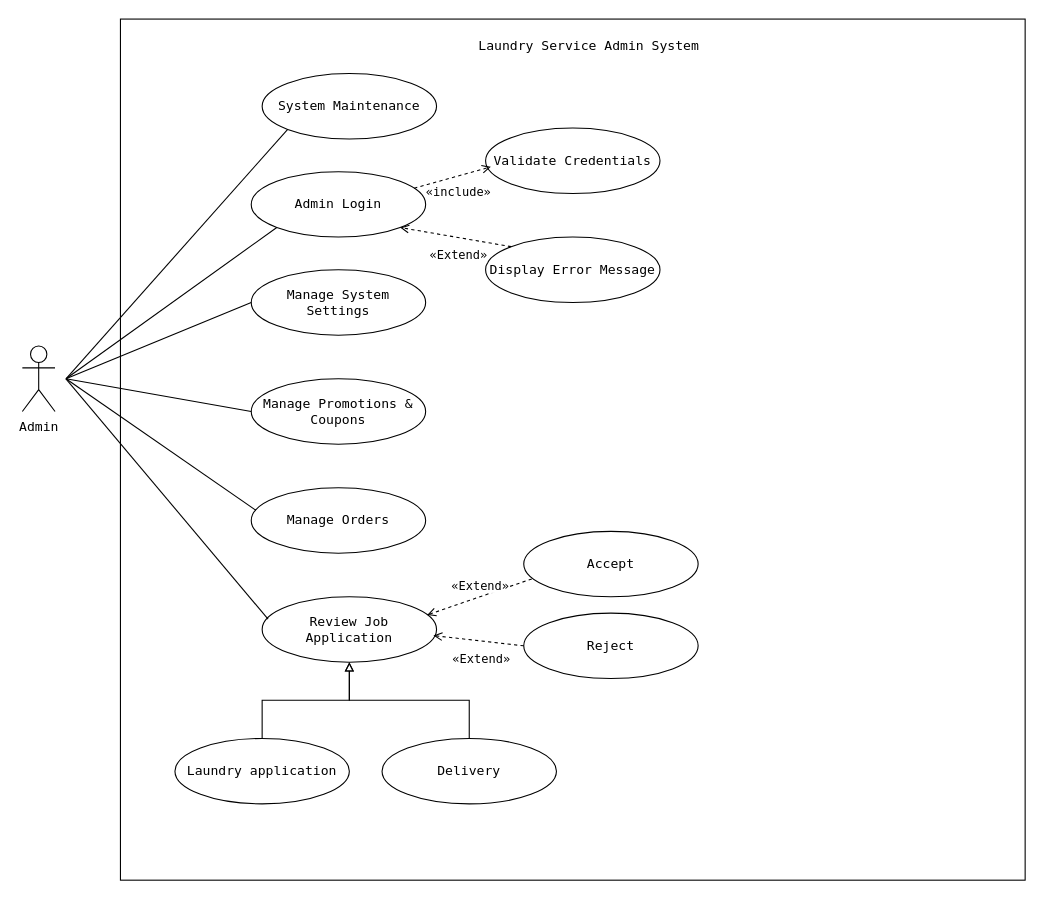
Klvvr1/BrightClean keeps this draw.io diagram as UseCases/Admin.drawio. Above is the earlier version. Source tidied: cells renumbered, new cells numbered last; positions are measured from the earlier drawing's top-left corner, leaving out a move shared by most shapes. Both pictures are drawn from the tidied source at 109%, with x=0, y=0 at pixel (22, 19).
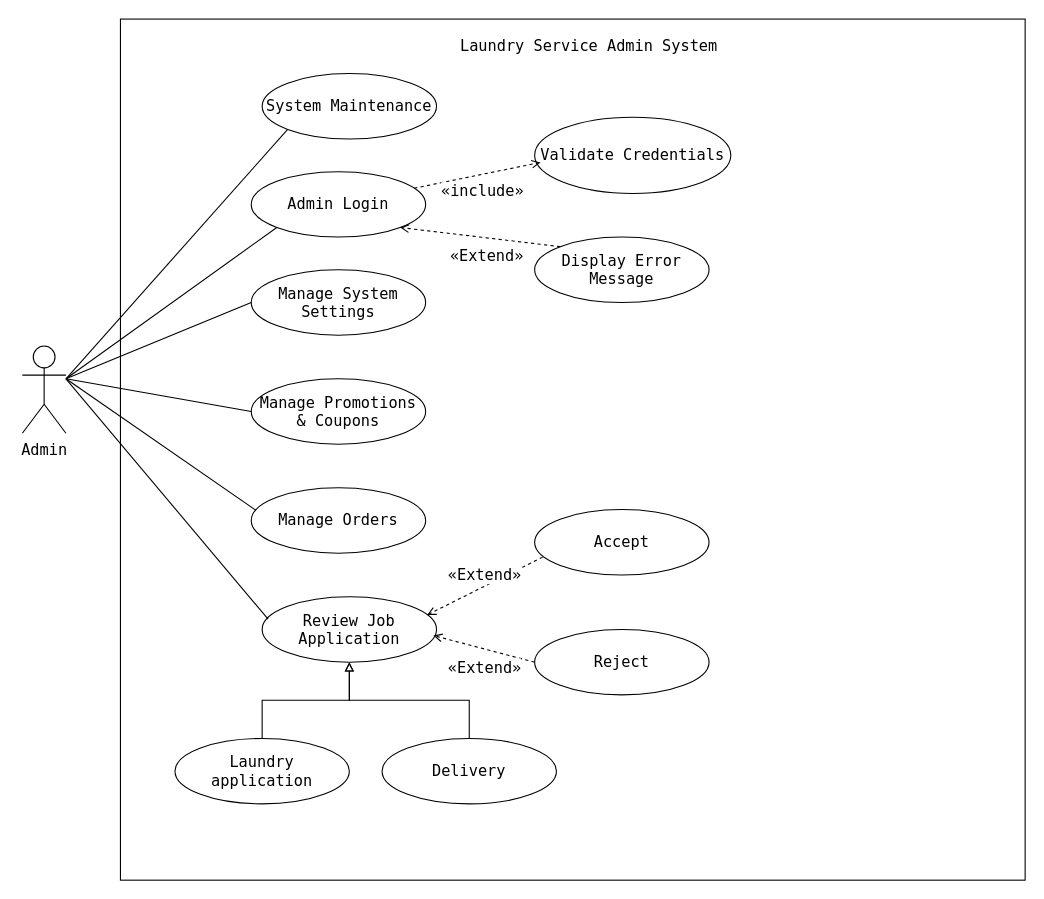
After the change.

Diff of the diagram source:
```diff
@@
-    <mxCell id="2" style="rounded=0;whiteSpace=wrap;html=1;fillColor=none;fontFamily=monospace;" parent="1" vertex="1">
+    <mxCell id="2" style="rounded=0;whiteSpace=wrap;html=1;fillColor=none;fontFamily=monospace;fontSize=14;" parent="1" vertex="1">
       <mxGeometry x="90" width="830" height="790" as="geometry" />
     </mxCell>
-    <mxCell id="3" value="Laundry Service Admin System" style="text;html=1;whiteSpace=wrap;strokeColor=none;fillColor=none;align=center;verticalAlign=middle;rounded=0;fontFamily=monospace;" parent="1" vertex="1">
+    <mxCell id="3" value="Laundry Service Admin System" style="text;html=1;whiteSpace=wrap;strokeColor=none;fillColor=none;align=center;verticalAlign=middle;rounded=0;fontFamily=monospace;fontSize=14;" parent="1" vertex="1">
       <mxGeometry x="360" y="10" width="320" height="30" as="geometry" />
     </mxCell>
-    <mxCell id="4" value="Admin" style="shape=umlActor;verticalLabelPosition=bottom;verticalAlign=top;html=1;fontFamily=monospace;" parent="1" vertex="1">
-      <mxGeometry y="300" width="30" height="60" as="geometry" />
+    <mxCell id="4" value="Admin" style="shape=umlActor;verticalLabelPosition=bottom;verticalAlign=top;html=1;fontFamily=monospace;fontSize=14;" parent="1" vertex="1">
+      <mxGeometry y="300" width="40" height="80" as="geometry" />
     </mxCell>
-    <mxCell id="5" value="Admin Login" style="ellipse;whiteSpace=wrap;html=1;fontFamily=monospace;" parent="1" vertex="1">
+    <mxCell id="5" value="Admin Login" style="ellipse;whiteSpace=wrap;html=1;fontFamily=monospace;fontSize=14;" parent="1" vertex="1">
       <mxGeometry x="210" y="140" width="160" height="60" as="geometry" />
     </mxCell>
-    <mxCell id="6" value="Laundry application" style="ellipse;whiteSpace=wrap;html=1;fontFamily=monospace;" parent="1" vertex="1">
+    <mxCell id="6" value="Laundry application" style="ellipse;whiteSpace=wrap;html=1;fontFamily=monospace;fontSize=14;" parent="1" vertex="1">
       <mxGeometry x="140" y="660" width="160" height="60" as="geometry" />
     </mxCell>
-    <mxCell id="7" value="&lt;p&gt;Manage System Settings&lt;/p&gt;" style="ellipse;whiteSpace=wrap;html=1;fontFamily=monospace;" parent="1" vertex="1">
+    <mxCell id="7" value="&lt;p&gt;Manage System Settings&lt;/p&gt;" style="ellipse;whiteSpace=wrap;html=1;fontFamily=monospace;fontSize=14;" parent="1" vertex="1">
       <mxGeometry x="210" y="230" width="160" height="60" as="geometry" />
     </mxCell>
-    <mxCell id="8" value="&lt;p&gt;Validate Credentials&lt;/p&gt;" style="ellipse;whiteSpace=wrap;html=1;fontFamily=monospace;" parent="1" vertex="1">
-      <mxGeometry x="425" y="100" width="160" height="60" as="geometry" />
+    <mxCell id="8" value="&lt;p&gt;Validate Credentials&lt;/p&gt;" style="ellipse;whiteSpace=wrap;html=1;fontFamily=monospace;fontSize=14;" parent="1" vertex="1">
+      <mxGeometry x="470" y="90" width="180" height="70" as="geometry" />
     </mxCell>
-    <mxCell id="9" value="&lt;p&gt;Manage Promotions &amp;amp; Coupons&lt;/p&gt;" style="ellipse;whiteSpace=wrap;html=1;fontFamily=monospace;" parent="1" vertex="1">
+    <mxCell id="9" value="&lt;p&gt;Manage Promotions &amp;amp; Coupons&lt;/p&gt;" style="ellipse;whiteSpace=wrap;html=1;fontFamily=monospace;fontSize=14;" parent="1" vertex="1">
       <mxGeometry x="210" y="330" width="160" height="60" as="geometry" />
     </mxCell>
-    <mxCell id="10" value="Accept" style="ellipse;whiteSpace=wrap;html=1;fontFamily=monospace;" parent="1" vertex="1">
-      <mxGeometry x="460" y="470" width="160" height="60" as="geometry" />
+    <mxCell id="10" value="Accept" style="ellipse;whiteSpace=wrap;html=1;fontFamily=monospace;fontSize=14;" parent="1" vertex="1">
+      <mxGeometry x="470" y="450" width="160" height="60" as="geometry" />
     </mxCell>
-    <mxCell id="11" value="Delivery" style="ellipse;whiteSpace=wrap;html=1;fontFamily=monospace;" parent="1" vertex="1">
+    <mxCell id="11" value="Delivery" style="ellipse;whiteSpace=wrap;html=1;fontFamily=monospace;fontSize=14;" parent="1" vertex="1">
       <mxGeometry x="330" y="660" width="160" height="60" as="geometry" />
     </mxCell>
-    <mxCell id="12" value="&lt;p&gt;Display Error Message&lt;/p&gt;" style="ellipse;whiteSpace=wrap;html=1;fontFamily=monospace;" parent="1" vertex="1">
-      <mxGeometry x="425" y="200" width="160" height="60" as="geometry" />
+    <mxCell id="12" value="&lt;p&gt;Display Error Message&lt;/p&gt;" style="ellipse;whiteSpace=wrap;html=1;fontFamily=monospace;fontSize=14;" parent="1" vertex="1">
+      <mxGeometry x="470" y="200" width="160" height="60" as="geometry" />
     </mxCell>
-    <mxCell id="13" value="System Maintenance" style="ellipse;whiteSpace=wrap;html=1;fontFamily=monospace;" parent="1" vertex="1">
+    <mxCell id="13" value="System Maintenance" style="ellipse;whiteSpace=wrap;html=1;fontFamily=monospace;fontSize=14;" parent="1" vertex="1">
       <mxGeometry x="220" y="50" width="160" height="60" as="geometry" />
     </mxCell>
-    <mxCell id="14" value="Reject" style="ellipse;whiteSpace=wrap;html=1;fontFamily=monospace;" parent="1" vertex="1">
-      <mxGeometry x="460" y="545" width="160" height="60" as="geometry" />
+    <mxCell id="14" value="Reject" style="ellipse;whiteSpace=wrap;html=1;fontFamily=monospace;fontSize=14;" parent="1" vertex="1">
+      <mxGeometry x="470" y="560" width="160" height="60" as="geometry" />
     </mxCell>
-    <mxCell id="15" value="Review Job Application" style="ellipse;whiteSpace=wrap;html=1;fontFamily=monospace;" parent="1" vertex="1">
+    <mxCell id="15" value="Review Job Application" style="ellipse;whiteSpace=wrap;html=1;fontFamily=monospace;fontSize=14;" parent="1" vertex="1">
       <mxGeometry x="220" y="530" width="160" height="60" as="geometry" />
     </mxCell>
-    <mxCell id="16" value="Manage Orders" style="ellipse;whiteSpace=wrap;html=1;fontFamily=monospace;" parent="1" vertex="1">
+    <mxCell id="16" value="Manage Orders" style="ellipse;whiteSpace=wrap;html=1;fontFamily=monospace;fontSize=14;" parent="1" vertex="1">
       <mxGeometry x="210" y="430" width="160" height="60" as="geometry" />
     </mxCell>
-    <mxCell id="17" style="endArrow=none;html=1;rounded=0;fontFamily=monospace;entryX=0;entryY=1;entryDx=0;entryDy=0;" parent="1" edge="1" target="13">
+    <mxCell id="17" style="endArrow=none;html=1;rounded=0;fontFamily=monospace;entryX=0;entryY=1;entryDx=0;entryDy=0;fontSize=14;" parent="1" edge="1" target="13">
       <mxGeometry relative="1" as="geometry">
         <mxPoint x="40" y="330" as="sourcePoint" />
       </mxGeometry>
     </mxCell>
-    <mxCell id="18" style="endArrow=none;html=1;rounded=0;fontFamily=monospace;entryX=0;entryY=1;entryDx=0;entryDy=0;" parent="1" edge="1" target="5">
+    <mxCell id="18" style="endArrow=none;html=1;rounded=0;fontFamily=monospace;entryX=0;entryY=1;entryDx=0;entryDy=0;fontSize=14;" parent="1" edge="1" target="5">
       <mxGeometry relative="1" as="geometry">
         <mxPoint x="40" y="330" as="sourcePoint" />
       </mxGeometry>
     </mxCell>
-    <mxCell id="19" style="endArrow=none;html=1;rounded=0;fontFamily=monospace;entryX=0;entryY=0.5;entryDx=0;entryDy=0;" parent="1" edge="1" target="7">
+    <mxCell id="19" style="endArrow=none;html=1;rounded=0;fontFamily=monospace;entryX=0;entryY=0.5;entryDx=0;entryDy=0;fontSize=14;" parent="1" edge="1" target="7">
       <mxGeometry relative="1" as="geometry">
         <mxPoint x="40" y="330" as="sourcePoint" />
       </mxGeometry>
     </mxCell>
-    <mxCell id="20" style="endArrow=none;html=1;rounded=0;entryX=0;entryY=0.5;entryDx=0;entryDy=0;fontFamily=monospace;" parent="1" edge="1" target="9">
+    <mxCell id="20" style="endArrow=none;html=1;rounded=0;entryX=0;entryY=0.5;entryDx=0;entryDy=0;fontFamily=monospace;fontSize=14;" parent="1" edge="1" target="9">
       <mxGeometry relative="1" as="geometry">
         <mxPoint x="40" y="330" as="sourcePoint" />
       </mxGeometry>
     </mxCell>
-    <mxCell id="21" style="endArrow=none;html=1;rounded=0;entryX=0.027;entryY=0.344;entryDx=0;entryDy=0;entryPerimeter=0;fontFamily=monospace;" parent="1" edge="1" target="16">
+    <mxCell id="21" style="endArrow=none;html=1;rounded=0;entryX=0.027;entryY=0.344;entryDx=0;entryDy=0;entryPerimeter=0;fontFamily=monospace;fontSize=14;" parent="1" edge="1" target="16">
       <mxGeometry relative="1" as="geometry">
         <mxPoint x="40" y="330" as="sourcePoint" />
       </mxGeometry>
     </mxCell>
-    <mxCell id="22" style="endArrow=none;html=1;rounded=0;entryX=0.034;entryY=0.343;entryDx=0;entryDy=0;entryPerimeter=0;fontFamily=monospace;" parent="1" edge="1" target="15">
+    <mxCell id="22" style="endArrow=none;html=1;rounded=0;entryX=0.034;entryY=0.343;entryDx=0;entryDy=0;entryPerimeter=0;fontFamily=monospace;fontSize=14;" parent="1" edge="1" target="15">
       <mxGeometry relative="1" as="geometry">
         <mxPoint x="40" y="330" as="sourcePoint" />
       </mxGeometry>
     </mxCell>
-    <mxCell id="23" value="«include»" style="dashed=1;endArrow=open;html=1;fontFamily=monospace;exitX=0.934;exitY=0.253;exitDx=0;exitDy=0;exitPerimeter=0;entryX=0.03;entryY=0.593;entryDx=0;entryDy=0;entryPerimeter=0;" parent="1" edge="1" source="5" target="8">
+    <mxCell id="23" value="«include»" style="dashed=1;endArrow=open;html=1;fontFamily=monospace;exitX=0.934;exitY=0.253;exitDx=0;exitDy=0;exitPerimeter=0;entryX=0.03;entryY=0.593;entryDx=0;entryDy=0;entryPerimeter=0;fontSize=14;" parent="1" edge="1" source="5" target="8">
       <mxGeometry x="0.03" y="-16" relative="1" as="geometry">
         <mxPoint y="-1" as="offset" />
       </mxGeometry>
     </mxCell>
-    <mxCell id="24" value="«Extend»" style="dashed=1;endArrow=open;html=1;exitX=0;exitY=0;exitDx=0;exitDy=0;fontFamily=monospace;entryX=1;entryY=1;entryDx=0;entryDy=0;" parent="1" edge="1" source="12" target="5">
+    <mxCell id="24" value="«Extend»" style="dashed=1;endArrow=open;html=1;exitX=0;exitY=0;exitDx=0;exitDy=0;fontFamily=monospace;entryX=1;entryY=1;entryDx=0;entryDy=0;fontSize=14;" parent="1" edge="1" source="12" target="5">
       <mxGeometry x="-0.11" y="16" relative="1" as="geometry" />
     </mxCell>
-    <mxCell id="25" value="«Extend»" style="dashed=1;endArrow=open;html=1;exitX=0.046;exitY=0.727;exitDx=0;exitDy=0;fontFamily=monospace;entryX=0.946;entryY=0.278;entryDx=0;entryDy=0;entryPerimeter=0;exitPerimeter=0;" parent="1" edge="1" source="10" target="15">
+    <mxCell id="25" value="«Extend»" style="dashed=1;endArrow=open;html=1;exitX=0.046;exitY=0.727;exitDx=0;exitDy=0;fontFamily=monospace;entryX=0.946;entryY=0.278;entryDx=0;entryDy=0;entryPerimeter=0;exitPerimeter=0;fontSize=14;" parent="1" edge="1" source="10" target="15">
       <mxGeometry x="-0.08" y="-9" relative="1" as="geometry" />
     </mxCell>
-    <mxCell id="26" value="«Extend»" style="dashed=1;endArrow=open;html=1;exitX=0;exitY=0.5;exitDx=0;exitDy=0;fontFamily=monospace;entryX=0.982;entryY=0.593;entryDx=0;entryDy=0;entryPerimeter=0;" parent="1" edge="1" source="14" target="15">
+    <mxCell id="26" value="«Extend»" style="dashed=1;endArrow=open;html=1;exitX=0;exitY=0.5;exitDx=0;exitDy=0;fontFamily=monospace;entryX=0.982;entryY=0.593;entryDx=0;entryDy=0;entryPerimeter=0;fontSize=14;" parent="1" edge="1" source="14" target="15">
       <mxGeometry x="-0.11" y="16" relative="1" as="geometry" />
     </mxCell>
-    <mxCell id="27" style="edgeStyle=orthogonalEdgeStyle;rounded=0;jettySize=auto;html=1;endArrow=block;endFill=0;fontFamily=monospace;entryX=0.5;entryY=1;entryDx=0;entryDy=0;exitX=0.5;exitY=0;exitDx=0;exitDy=0;" parent="1" edge="1" source="6" target="15">
+    <mxCell id="27" style="edgeStyle=orthogonalEdgeStyle;rounded=0;jettySize=auto;html=1;endArrow=block;endFill=0;fontFamily=monospace;entryX=0.5;entryY=1;entryDx=0;entryDy=0;exitX=0.5;exitY=0;exitDx=0;exitDy=0;fontSize=14;" parent="1" edge="1" source="6" target="15">
       <mxGeometry relative="1" as="geometry" />
     </mxCell>
-    <mxCell id="28" style="edgeStyle=orthogonalEdgeStyle;rounded=0;jettySize=auto;html=1;endArrow=block;endFill=0;fontFamily=monospace;entryX=0.5;entryY=1;entryDx=0;entryDy=0;exitX=0.5;exitY=0;exitDx=0;exitDy=0;" parent="1" edge="1" source="11" target="15">
+    <mxCell id="28" style="edgeStyle=orthogonalEdgeStyle;rounded=0;jettySize=auto;html=1;endArrow=block;endFill=0;fontFamily=monospace;entryX=0.5;entryY=1;entryDx=0;entryDy=0;exitX=0.5;exitY=0;exitDx=0;exitDy=0;fontSize=14;" parent="1" edge="1" source="11" target="15">
       <mxGeometry relative="1" as="geometry" />
     </mxCell>
```
